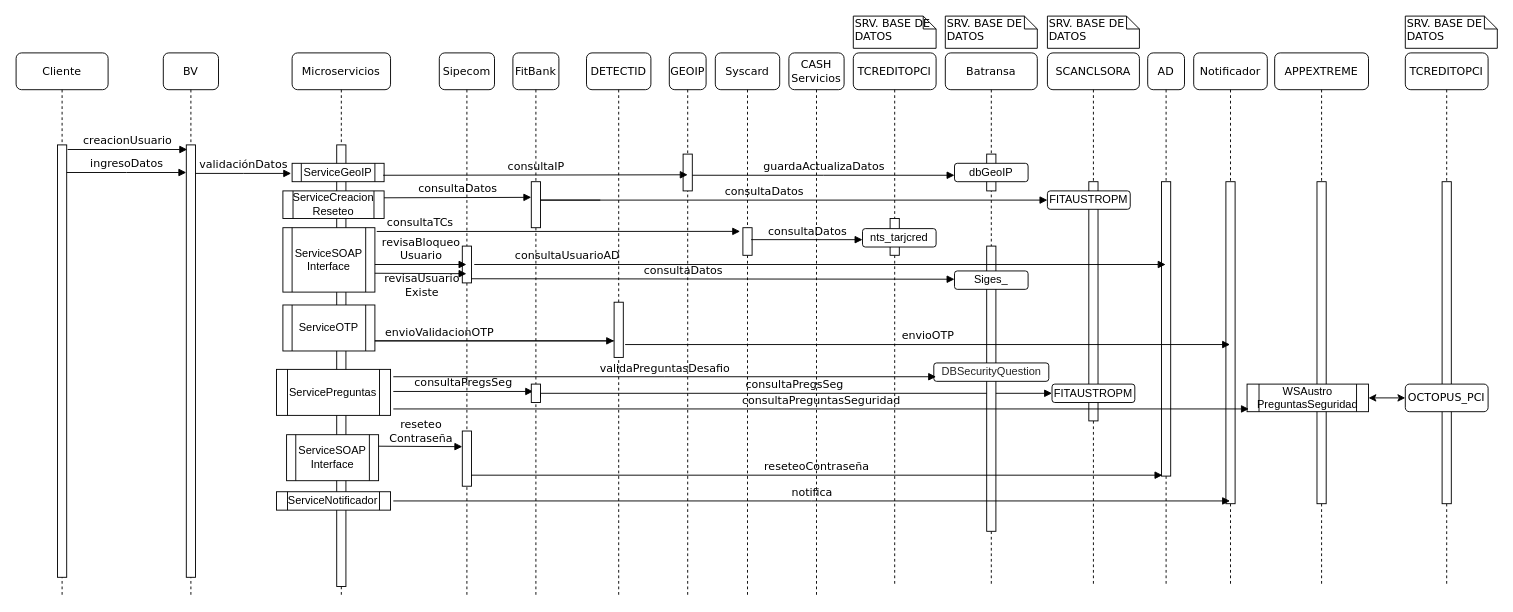
This is page "DiagramaSeqReseteoPwdNEW" (5 of 9) of CreateUsrBVDiagram.drawio from davidguillermofg/Diagrams, a draw.io file, before an edit. Source tidied: cells renumbered, new cells numbered last; positions are measured from the earlier drawing's top-left corner, leaving out a move shared by most shapes. Both pictures are drawn from the tidied source at 92%, with x=0, y=0 at pixel (16, 16).
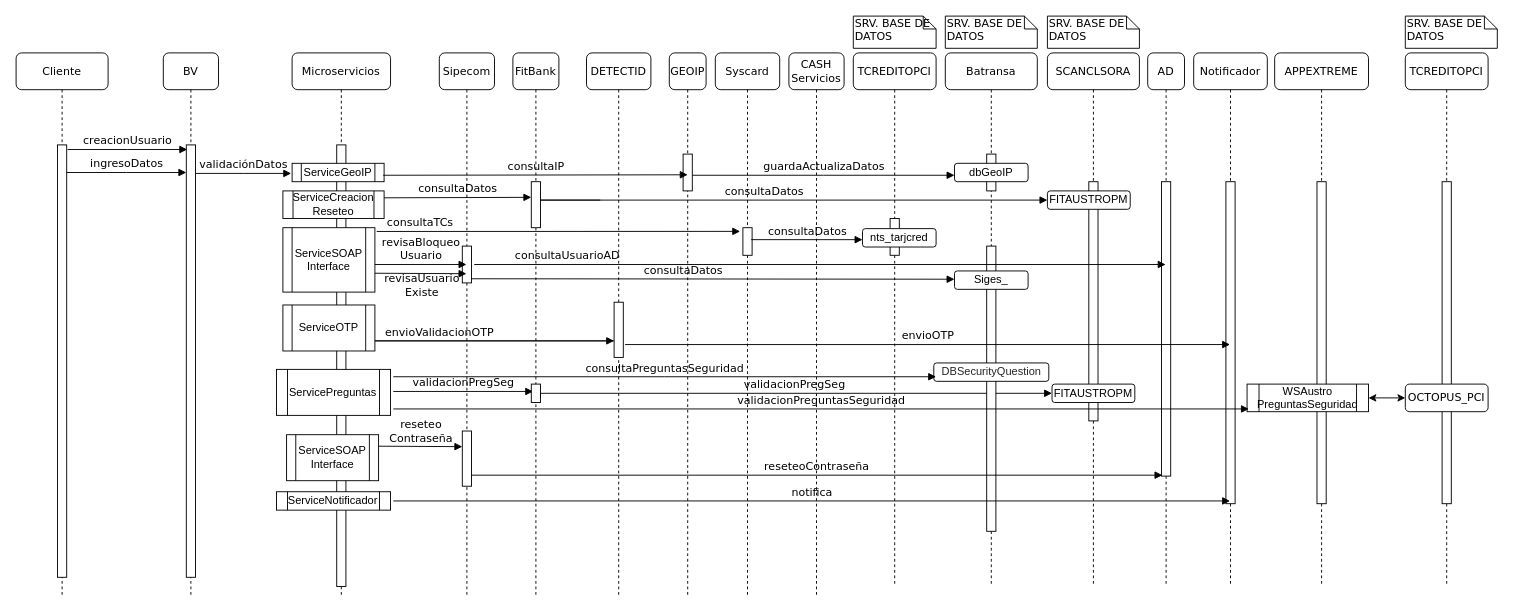
After the change.

The change refers to these unchanged cells:
```xml
<mxCell id="11" value="Sipecom" style="shape=umlLifeline;perimeter=lifelinePerimeter;whiteSpace=wrap;html=1;rounded=1;shadow=0;comic=0;labelBackgroundColor=none;strokeWidth=1;fontFamily=Verdana;fontSize=12;align=center;" parent="1" vertex="1">
  <mxGeometry x="460" y="40" width="60" height="590" as="geometry" />
</mxCell>
<mxCell id="18" value="DETECTID" style="shape=umlLifeline;perimeter=lifelinePerimeter;whiteSpace=wrap;html=1;rounded=1;shadow=0;comic=0;labelBackgroundColor=none;strokeWidth=1;fontFamily=Verdana;fontSize=12;align=center;" parent="1" vertex="1">
  <mxGeometry x="620" y="40" width="70" height="590" as="geometry" />
</mxCell>
<mxCell id="24" value="FITAUSTROPM" style="rounded=1;whiteSpace=wrap;html=1;" parent="21" vertex="1">
  <mxGeometry x="5" y="360" width="90" height="20" as="geometry" />
</mxCell>
```

The edit, as a diff of the source:
```diff
@@
-    <mxCell id="14" value="consultaPregsSeg" style="html=1;verticalAlign=bottom;endArrow=block;labelBackgroundColor=none;fontFamily=Verdana;fontSize=12;edgeStyle=elbowEdgeStyle;elbow=vertical;rounded=0;entryX=0.2;entryY=0.22;entryDx=0;entryDy=0;entryPerimeter=0;" parent="11" edge="1">
+    <mxCell id="14" value="validacionPregSeg" style="html=1;verticalAlign=bottom;endArrow=block;labelBackgroundColor=none;fontFamily=Verdana;fontSize=12;edgeStyle=elbowEdgeStyle;elbow=vertical;rounded=0;entryX=0.2;entryY=0.22;entryDx=0;entryDy=0;entryPerimeter=0;" parent="11" edge="1">
       <mxGeometry relative="1" as="geometry">
         <mxPoint x="-50" y="368" as="sourcePoint" />
         <mxPoint x="102" y="368.4" as="targetPoint" />
         <Array as="points">
           <mxPoint x="30" y="368" />
         </Array>
       </mxGeometry>
     </mxCell>
@@
-    <mxCell id="20" value="consultaPregsSeg" style="html=1;verticalAlign=bottom;endArrow=block;labelBackgroundColor=none;fontFamily=Verdana;fontSize=12;edgeStyle=elbowEdgeStyle;elbow=vertical;rounded=0;exitX=1;exitY=0.25;exitDx=0;exitDy=0;entryX=0;entryY=0.5;entryDx=0;entryDy=0;" parent="18" edge="1" target="24">
+    <mxCell id="20" value="validacionPregSeg" style="html=1;verticalAlign=bottom;endArrow=block;labelBackgroundColor=none;fontFamily=Verdana;fontSize=12;edgeStyle=elbowEdgeStyle;elbow=vertical;rounded=0;exitX=1;exitY=0.25;exitDx=0;exitDy=0;entryX=0;entryY=0.5;entryDx=0;entryDy=0;" parent="18" edge="1" target="24">
       <mxGeometry relative="1" as="geometry">
         <mxPoint x="-50" y="374.5" as="sourcePoint" />
         <Array as="points">
           <mxPoint x="470" y="370" />
         </Array>
       </mxGeometry>
     </mxCell>
@@
-    <mxCell id="61" value="validaPreguntasDesafio" style="html=1;verticalAlign=bottom;endArrow=block;labelBackgroundColor=none;fontFamily=Verdana;fontSize=12;edgeStyle=elbowEdgeStyle;elbow=vertical;rounded=0;" parent="1" edge="1">
+    <mxCell id="61" value="consultaPreguntasSeguridad" style="html=1;verticalAlign=bottom;endArrow=block;labelBackgroundColor=none;fontFamily=Verdana;fontSize=12;edgeStyle=elbowEdgeStyle;elbow=vertical;rounded=0;" parent="1" edge="1">
       <mxGeometry relative="1" as="geometry">
         <mxPoint x="410" y="392" as="sourcePoint" />
         <mxPoint x="1000" y="392" as="targetPoint" />
       </mxGeometry>
     </mxCell>
@@
-    <mxCell id="66" value="consultaPreguntasSeguridad" style="html=1;verticalAlign=bottom;endArrow=block;labelBackgroundColor=none;fontFamily=Verdana;fontSize=12;edgeStyle=elbowEdgeStyle;elbow=vertical;rounded=0;" parent="1" edge="1">
+    <mxCell id="66" value="validacionPreguntasSeguridad" style="html=1;verticalAlign=bottom;endArrow=block;labelBackgroundColor=none;fontFamily=Verdana;fontSize=12;edgeStyle=elbowEdgeStyle;elbow=vertical;rounded=0;" parent="1" edge="1">
       <mxGeometry relative="1" as="geometry">
         <mxPoint x="410" y="427" as="sourcePoint" />
         <mxPoint x="1340" y="427" as="targetPoint" />
       </mxGeometry>
     </mxCell>
```
